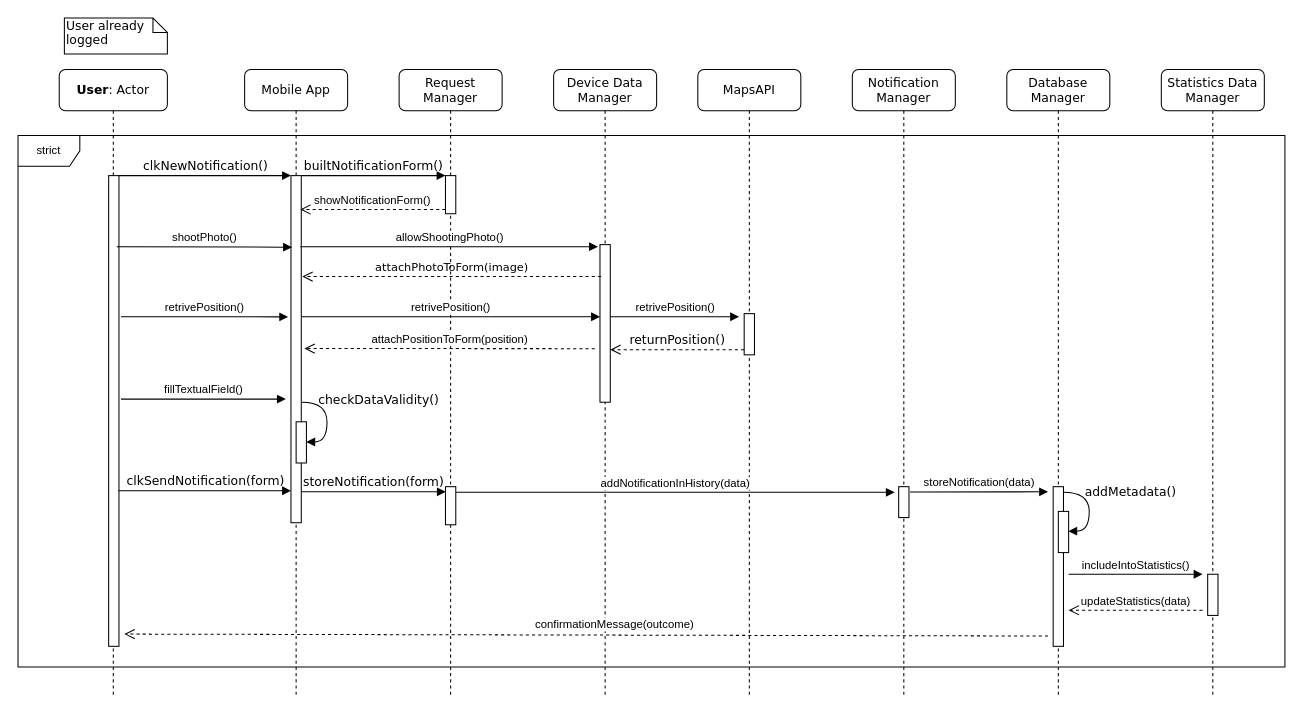
Earlier version of the draw.io diagram userSendNotification.drawio (valearm/SafeStreets-Project-SE2). Source tidied: cells renumbered, new cells numbered last; positions are measured from the earlier drawing's top-left corner, leaving out a move shared by most shapes. Both pictures are drawn from the tidied source at 103%, with x=0, y=0 at pixel (18, 18).
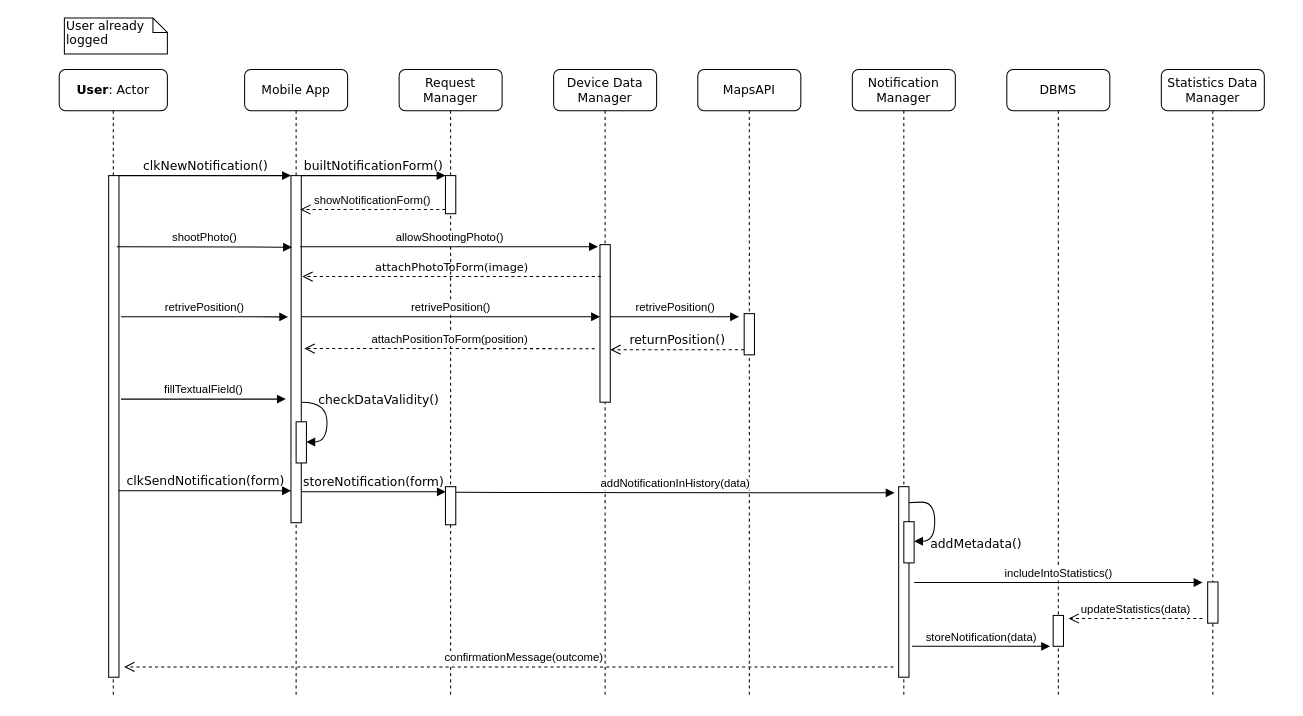
The same diagram, later.

The change refers to these unchanged cells:
```xml
<mxCell id="6" style="html=1;points=[];perimeter=orthogonalPerimeter;rounded=0;shadow=0;comic=0;labelBackgroundColor=none;strokeWidth=1;fontFamily=Verdana;fontSize=12;align=center;" parent="4" vertex="1">
  <mxGeometry x="45" y="405" width="10" height="37" as="geometry" />
</mxCell>
<mxCell id="10" value="Notification Manager" style="shape=umlLifeline;perimeter=lifelinePerimeter;whiteSpace=wrap;html=1;rounded=1;shadow=0;comic=0;labelBackgroundColor=none;strokeWidth=1;fontFamily=Verdana;fontSize=12;align=center;" parent="1" vertex="1">
  <mxGeometry x="810" y="50" width="100" height="610" as="geometry" />
</mxCell>
<mxCell id="15" value="&lt;b&gt;User&lt;/b&gt;: Actor" style="shape=umlLifeline;perimeter=lifelinePerimeter;whiteSpace=wrap;html=1;rounded=1;shadow=0;comic=0;labelBackgroundColor=none;strokeWidth=1;fontFamily=Verdana;fontSize=12;align=center;" parent="1" vertex="1">
  <mxGeometry x="40" y="50" width="105" height="610" as="geometry" />
</mxCell>
<mxCell id="35" value="Statistics Data Manager" style="shape=umlLifeline;perimeter=lifelinePerimeter;whiteSpace=wrap;html=1;rounded=1;shadow=0;comic=0;labelBackgroundColor=none;strokeWidth=1;fontFamily=Verdana;fontSize=12;align=center;" parent="1" vertex="1">
  <mxGeometry x="1110" y="50" width="100" height="610" as="geometry" />
</mxCell>
```

The edit, as a diff of the source:
```diff
@@
     <mxCell id="11" style="html=1;points=[];perimeter=orthogonalPerimeter;rounded=0;shadow=0;comic=0;labelBackgroundColor=none;strokeColor=#000000;strokeWidth=1;fillColor=#FFFFFF;fontFamily=Verdana;fontSize=12;fontColor=#000000;align=center;" parent="10" vertex="1">
-      <mxGeometry x="45" y="405" width="10" height="30" as="geometry" />
+      <mxGeometry x="45" y="405" width="10" height="185" as="geometry" />
     </mxCell>
-    <mxCell id="12" value="Database Manager" style="shape=umlLifeline;perimeter=lifelinePerimeter;whiteSpace=wrap;html=1;rounded=1;shadow=0;comic=0;labelBackgroundColor=none;strokeWidth=1;fontFamily=Verdana;fontSize=12;align=center;" parent="1" vertex="1">
+    <mxCell id="12" value="DBMS" style="shape=umlLifeline;perimeter=lifelinePerimeter;whiteSpace=wrap;html=1;rounded=1;shadow=0;comic=0;labelBackgroundColor=none;strokeWidth=1;fontFamily=Verdana;fontSize=12;align=center;" parent="1" vertex="1">
       <mxGeometry x="960" y="50" width="100" height="610" as="geometry" />
     </mxCell>
     <mxCell id="13" style="html=1;perimeter=orthogonalPerimeter;rounded=0;shadow=0;comic=0;labelBackgroundColor=none;strokeColor=#000000;strokeWidth=1;fillColor=#FFFFFF;fontFamily=Verdana;fontSize=12;fontColor=#000000;align=center;" parent="12" vertex="1">
-      <mxGeometry x="45" y="405" width="10" height="155" as="geometry" />
+      <mxGeometry x="45" y="530" width="10" height="30" as="geometry" />
     </mxCell>
     <mxCell id="14" value="includeIntoStatistics()" style="html=1;verticalAlign=bottom;endArrow=block;fontSize=11;" parent="12" edge="1">
       <mxGeometry relative="1" as="geometry">
-        <mxPoint x="60" y="490" as="sourcePoint" />
-        <mxPoint x="190" y="490" as="targetPoint" />
+        <mxPoint x="-90" y="498" as="sourcePoint" />
+        <mxPoint x="190" y="498" as="targetPoint" />
       </mxGeometry>
     </mxCell>
@@
     <mxCell id="16" style="html=1;points=[];perimeter=orthogonalPerimeter;rounded=0;shadow=0;comic=0;labelBackgroundColor=none;strokeWidth=1;fontFamily=Verdana;fontSize=12;align=center;" parent="15" vertex="1">
-      <mxGeometry x="48" y="103" width="10" height="457" as="geometry" />
+      <mxGeometry x="48" y="103" width="10" height="487" as="geometry" />
     </mxCell>
@@
     <mxCell id="36" style="html=1;perimeter=orthogonalPerimeter;rounded=0;shadow=0;comic=0;labelBackgroundColor=none;strokeWidth=1;fontFamily=Verdana;fontSize=12;align=center;" parent="35" vertex="1">
-      <mxGeometry x="45" y="490" width="10" height="40" as="geometry" />
+      <mxGeometry x="45" y="497.5" width="10" height="40" as="geometry" />
     </mxCell>
-    <mxCell id="37" value="addNotificationInHistory(data)" style="html=1;verticalAlign=bottom;endArrow=block;fontSize=11;exitX=1.033;exitY=0.149;exitDx=0;exitDy=0;exitPerimeter=0;entryX=-0.383;entryY=0.183;entryDx=0;entryDy=0;entryPerimeter=0;" parent="1" edge="1" source="6" target="11">
-      <mxGeometry relative="1" as="geometry" />
+    <mxCell id="37" value="addNotificationInHistory(data)" style="html=1;verticalAlign=bottom;endArrow=block;fontSize=11;exitX=1.033;exitY=0.149;exitDx=0;exitDy=0;exitPerimeter=0;" parent="1" edge="1" source="6">
+      <mxGeometry relative="1" as="geometry">
+        <mxPoint x="851" y="461" as="targetPoint" />
+      </mxGeometry>
     </mxCell>
-    <mxCell id="38" value="storeNotification(data)" style="html=1;verticalAlign=bottom;endArrow=block;fontSize=11;exitX=1.1;exitY=0.173;exitDx=0;exitDy=0;exitPerimeter=0;" parent="1" edge="1" source="11">
+    <mxCell id="38" value="storeNotification(data)" style="html=1;verticalAlign=bottom;endArrow=block;fontSize=11;" parent="1" edge="1">
       <mxGeometry relative="1" as="geometry">
-        <mxPoint x="1000" y="460" as="targetPoint" />
+        <mxPoint x="868" y="610" as="sourcePoint" />
+        <mxPoint x="1002" y="610" as="targetPoint" />
       </mxGeometry>
     </mxCell>
-    <mxCell id="39" style="html=1;perimeter=orthogonalPerimeter;rounded=0;shadow=0;comic=0;labelBackgroundColor=none;strokeWidth=1;fontFamily=Verdana;fontSize=12;align=center;" parent="1" vertex="1">
-      <mxGeometry x="1010" y="479" width="10" height="40" as="geometry" />
-    </mxCell>
-    <mxCell id="40" value="addMetadata()" style="html=1;verticalAlign=bottom;endArrow=block;labelBackgroundColor=none;fontFamily=Verdana;fontSize=12;elbow=vertical;edgeStyle=orthogonalEdgeStyle;curved=1;entryX=1;entryY=0.286;entryPerimeter=0;exitX=1.038;exitY=0.345;exitPerimeter=0;" parent="1" edge="1">
-      <mxGeometry x="-0.4" y="-41" relative="1" as="geometry">
-        <mxPoint x="1015" y="460.5" as="sourcePoint" />
-        <mxPoint x="1019.7" y="498.2" as="targetPoint" />
-        <Array as="points">
-          <mxPoint x="1040" y="460" />
-          <mxPoint x="1040" y="498" />
-        </Array>
-        <mxPoint x="81" y="9" as="offset" />
-      </mxGeometry>
-    </mxCell>
     <mxCell id="41" value="updateStatistics(data)" style="html=1;verticalAlign=bottom;endArrow=open;dashed=1;endSize=8;fontSize=11;" parent="1" edge="1">
       <mxGeometry relative="1" as="geometry">
-        <mxPoint x="1150" y="575" as="sourcePoint" />
-        <mxPoint x="1020" y="575" as="targetPoint" />
+        <mxPoint x="1150" y="583" as="sourcePoint" />
+        <mxPoint x="1020" y="583" as="targetPoint" />
       </mxGeometry>
     </mxCell>
-    <mxCell id="42" value="confirmationMessage(outcome)" style="html=1;verticalAlign=bottom;endArrow=open;dashed=1;endSize=8;fontSize=11;entryX=1.524;entryY=0.974;entryDx=0;entryDy=0;entryPerimeter=0;" parent="1" edge="1" target="16">
-      <mxGeometry x="-0.06" y="-1" relative="1" as="geometry">
-        <mxPoint x="1000" y="600" as="sourcePoint" />
+    <mxCell id="42" value="confirmationMessage(outcome)" style="html=1;verticalAlign=bottom;endArrow=open;dashed=1;endSize=8;fontSize=11;" parent="1" edge="1">
+      <mxGeometry x="-0.04" relative="1" as="geometry">
+        <mxPoint x="850" y="630" as="sourcePoint" />
+        <mxPoint x="103" y="630" as="targetPoint" />
       </mxGeometry>
     </mxCell>
-    <mxCell id="43" value="strict" style="shape=umlFrame;whiteSpace=wrap;html=1;fontSize=11;" parent="1" vertex="1">
-      <mxGeometry y="114" width="1230" height="516" as="geometry" />
-    </mxCell>
+    <mxCell id="44" style="html=1;points=[];perimeter=orthogonalPerimeter;rounded=0;shadow=0;comic=0;labelBackgroundColor=none;strokeWidth=1;fontFamily=Verdana;fontSize=12;align=center;" parent="1" vertex="1">
+      <mxGeometry x="860" y="489" width="10" height="40" as="geometry" />
+    </mxCell>
+    <mxCell id="40" value="addMetadata()" style="html=1;verticalAlign=bottom;endArrow=block;labelBackgroundColor=none;fontFamily=Verdana;fontSize=12;elbow=vertical;edgeStyle=orthogonalEdgeStyle;curved=1;exitX=1.038;exitY=0.345;exitPerimeter=0;" parent="1" edge="1" target="44">
+      <mxGeometry x="0.52" y="42" relative="1" as="geometry">
+        <mxPoint x="865" y="471" as="sourcePoint" />
+        <Array as="points">
+          <mxPoint x="865" y="470" />
+          <mxPoint x="890" y="470" />
+          <mxPoint x="890" y="508" />
+        </Array>
+        <mxPoint x="40" y="-30" as="offset" />
+      </mxGeometry>
+    </mxCell>
```
